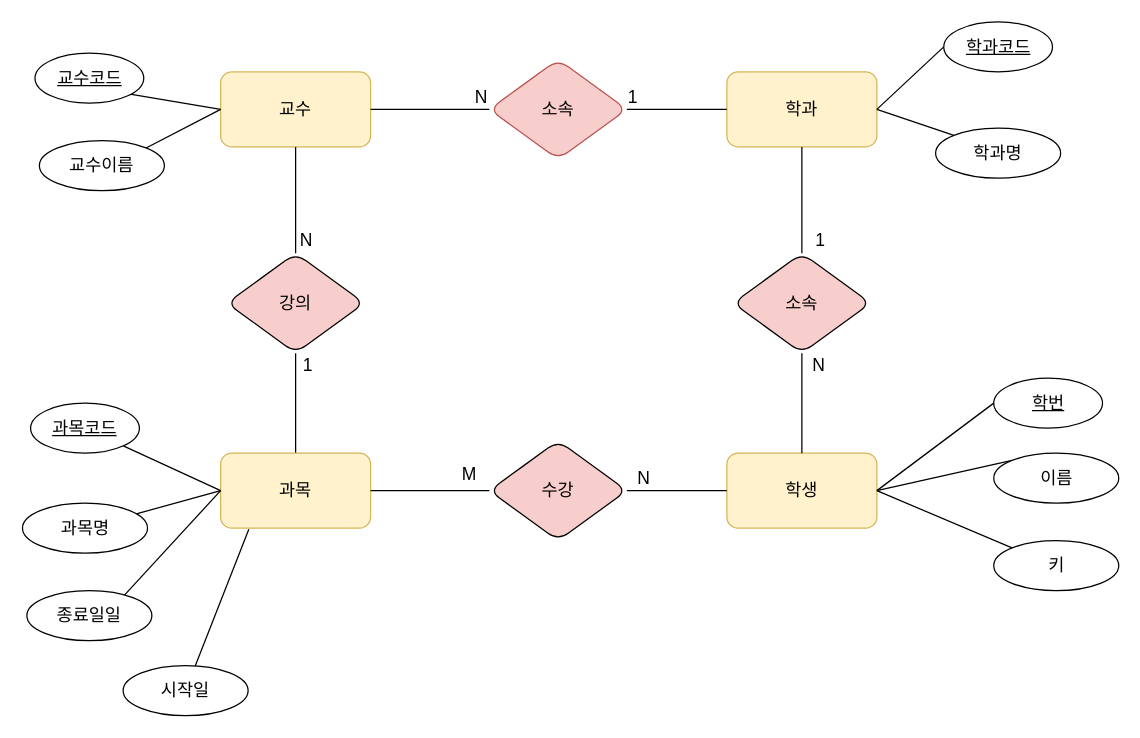
Above: 제목 없는 다이어그램.drawio in kjwane/MySQL (draw.io), before the change. Source tidied: cells renumbered, new cells numbered last; positions are measured from the earlier drawing's top-left corner, leaving out a move shared by most shapes. Both pictures are drawn from the tidied source at 125%, with x=0, y=0 at pixel (21, 21).
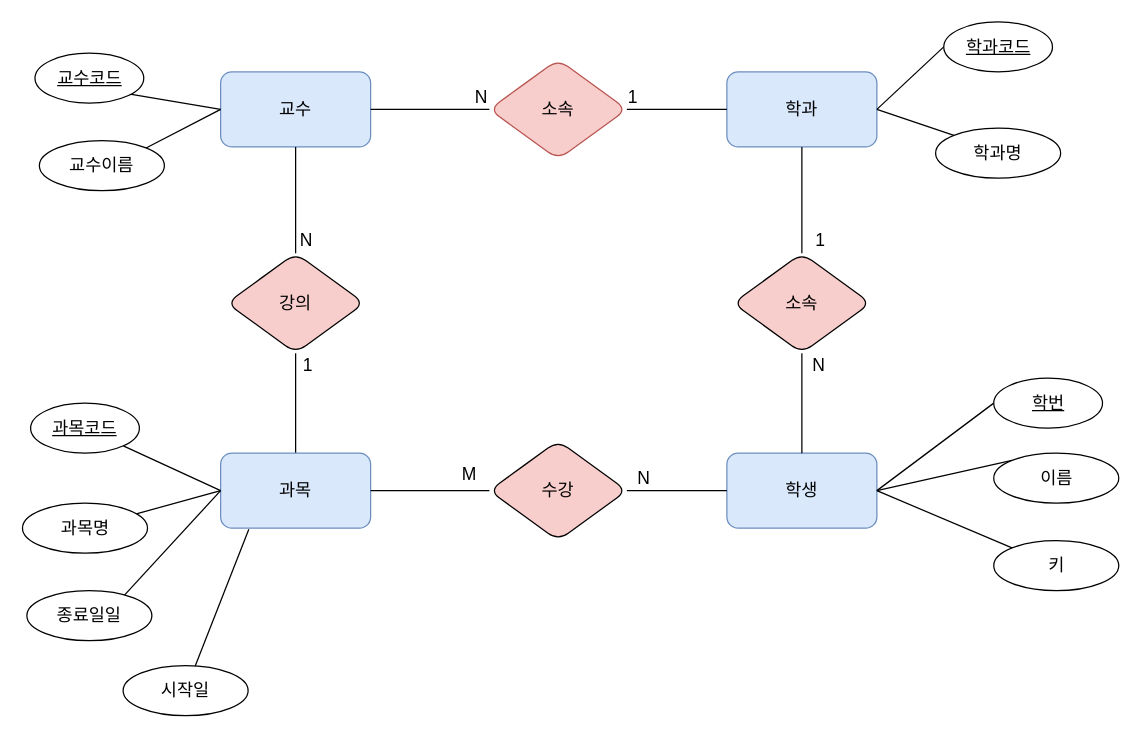
After the change.

Commit message (it also covers changes not shown here):
제목 없는 다이어그램.drawio 업데이트

Change to the diagram source:
```diff
@@
-    <mxCell id="2" value="교수" style="rounded=1;whiteSpace=wrap;html=1;fillColor=#fff2cc;fontSize=14;strokeColor=#d6b656;" parent="1" vertex="1">
+    <mxCell id="2" value="교수" style="rounded=1;whiteSpace=wrap;html=1;fontSize=14;fillColor=#dae8fc;strokeColor=#6c8ebf;" parent="1" vertex="1">
       <mxGeometry x="159" y="40" width="120" height="60" as="geometry" />
     </mxCell>
-    <mxCell id="3" value="학과" style="rounded=1;whiteSpace=wrap;html=1;fillColor=#fff2cc;strokeColor=#d6b656;fontSize=14;" parent="1" vertex="1">
+    <mxCell id="3" value="학과" style="rounded=1;whiteSpace=wrap;html=1;fontSize=14;fillColor=#dae8fc;strokeColor=#6c8ebf;" parent="1" vertex="1">
       <mxGeometry x="564" y="40" width="120" height="60" as="geometry" />
     </mxCell>
@@
-    <mxCell id="13" value="학생" style="rounded=1;whiteSpace=wrap;html=1;fillColor=#fff2cc;fontSize=14;strokeColor=#d6b656;" parent="1" vertex="1">
+    <mxCell id="13" value="학생" style="rounded=1;whiteSpace=wrap;html=1;fontSize=14;fillColor=#dae8fc;strokeColor=#6c8ebf;" parent="1" vertex="1">
       <mxGeometry x="564" y="345" width="120" height="60" as="geometry" />
     </mxCell>
@@
-    <mxCell id="30" value="과목" style="rounded=1;whiteSpace=wrap;html=1;fillColor=#fff2cc;fontSize=14;strokeColor=#d6b656;" parent="1" vertex="1">
+    <mxCell id="30" value="과목" style="rounded=1;whiteSpace=wrap;html=1;fontSize=14;fillColor=#dae8fc;strokeColor=#6c8ebf;" parent="1" vertex="1">
       <mxGeometry x="159" y="345" width="120" height="60" as="geometry" />
     </mxCell>
```
